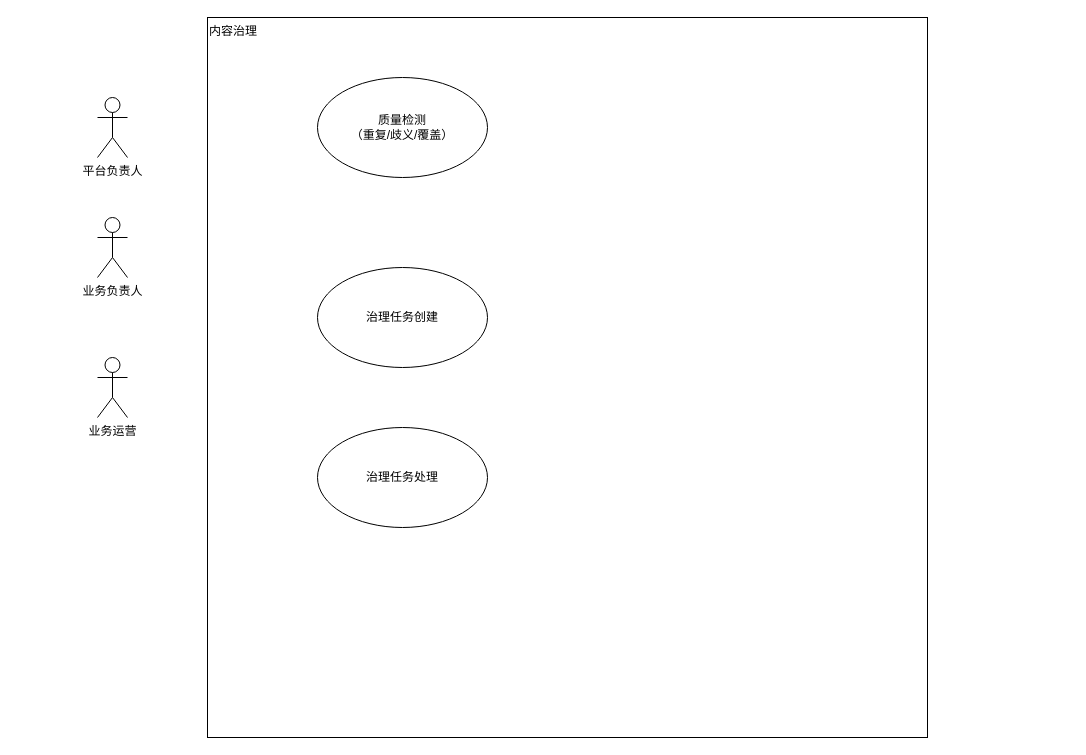
Earlier version of the draw.io diagram page "内容治理用例图" (7 of 26) of figure/figures.drawio (jqq04/nju-thesis-2026). Source tidied: cells renumbered, new cells numbered last; positions are measured from the earlier drawing's top-left corner, leaving out a move shared by most shapes. Both pictures are drawn from the tidied source at 100%, with x=0, y=0 at pixel (97, 17).
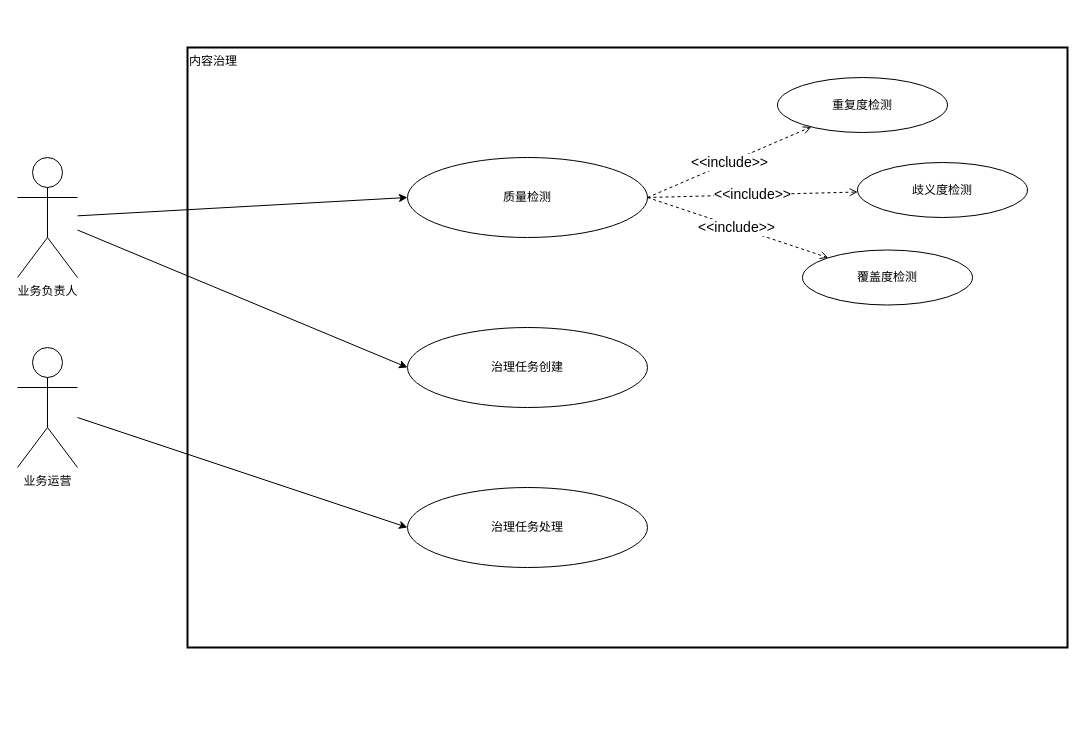
The same page after the edit.

Diff of the diagram source:
```diff
@@
 <mxGraphModel>
   <root>
     <mxCell id="0" />
     <mxCell id="1" parent="0" />
-    <mxCell id="2" value="内容治理" style="rounded=0;whiteSpace=wrap;html=1;align=left;verticalAlign=top;" parent="1" vertex="1">
-      <mxGeometry x="110" width="720" height="720" as="geometry" />
+    <mxCell id="2" value="内容治理" style="rounded=0;whiteSpace=wrap;html=1;strokeWidth=2;align=left;verticalAlign=top;" parent="1" vertex="1">
+      <mxGeometry x="90" y="30" width="880" height="600" as="geometry" />
     </mxCell>
-    <mxCell id="3" value="平台负责人" style="shape=umlActor;verticalLabelPosition=bottom;verticalAlign=top;html=1;" parent="1" vertex="1">
-      <mxGeometry y="80" width="30" height="60" as="geometry" />
-    </mxCell>
+    <mxCell id="9" value="质量检测" style="ellipse;whiteSpace=wrap;html=1;" parent="1" vertex="1">
+      <mxGeometry x="310" y="140" width="240" height="80" as="geometry" />
+    </mxCell>
+    <mxCell id="8" value="治理任务处理" style="ellipse;whiteSpace=wrap;html=1;" parent="1" vertex="1">
+      <mxGeometry x="310" y="470" width="240" height="80" as="geometry" />
+    </mxCell>
+    <mxCell id="7" value="治理任务创建" style="ellipse;whiteSpace=wrap;html=1;" parent="1" vertex="1">
+      <mxGeometry x="310" y="310" width="240" height="80" as="geometry" />
+    </mxCell>
+    <mxCell id="10" style="rounded=0;jettySize=auto;html=1;entryX=0;entryY=0.5;entryDx=0;entryDy=0;" parent="1" edge="1" source="4" target="9">
+      <mxGeometry relative="1" as="geometry" />
+    </mxCell>
+    <mxCell id="11" style="rounded=0;jettySize=auto;html=1;entryX=0;entryY=0.5;entryDx=0;entryDy=0;" parent="1" edge="1" source="4" target="7">
+      <mxGeometry relative="1" as="geometry" />
+    </mxCell>
-    <mxCell id="4" value="业务负责人" style="shape=umlActor;verticalLabelPosition=bottom;verticalAlign=top;html=1;outlineConnect=0;" parent="1" vertex="1">
-      <mxGeometry y="200" width="30" height="60" as="geometry" />
+    <mxCell id="4" value="业务负责人" style="shape=umlActor;verticalLabelPosition=bottom;verticalAlign=top;html=1;" parent="1" vertex="1">
+      <mxGeometry x="-80" y="140" width="60" height="120" as="geometry" />
     </mxCell>
-    <mxCell id="5" value="业务运营" style="shape=umlActor;verticalLabelPosition=bottom;verticalAlign=top;html=1;outlineConnect=0;" parent="1" vertex="1">
-      <mxGeometry y="340" width="30" height="60" as="geometry" />
+    <mxCell id="5" value="业务运营" style="shape=umlActor;verticalLabelPosition=bottom;verticalAlign=top;html=1;" parent="1" vertex="1">
+      <mxGeometry x="-80" y="330" width="60" height="120" as="geometry" />
     </mxCell>
-    <mxCell id="6" value="质量检测&#10;（重复/歧义/覆盖）" style="ellipse;whiteSpace=wrap;html=1;" parent="1" vertex="1">
-      <mxGeometry x="220" y="60" width="170" height="100" as="geometry" />
-    </mxCell>
-    <mxCell id="7" value="治理任务创建" style="ellipse;whiteSpace=wrap;html=1;" parent="1" vertex="1">
-      <mxGeometry x="220" y="250" width="170" height="100" as="geometry" />
-    </mxCell>
-    <mxCell id="8" value="治理任务处理" style="ellipse;whiteSpace=wrap;html=1;" parent="1" vertex="1">
-      <mxGeometry x="220" y="410" width="170" height="100" as="geometry" />
-    </mxCell>
+    <mxCell id="12" style="rounded=0;jettySize=auto;html=1;entryX=0;entryY=0.5;entryDx=0;entryDy=0;" parent="1" edge="1" source="5" target="8">
+      <mxGeometry relative="1" as="geometry" />
+    </mxCell>
+    <mxCell id="13" value="重复度检测" style="ellipse;whiteSpace=wrap;html=1;" parent="1" vertex="1">
+      <mxGeometry x="680" y="60" width="170" height="55" as="geometry" />
+    </mxCell>
+    <mxCell id="14" value="歧义度检测" style="ellipse;whiteSpace=wrap;html=1;" parent="1" vertex="1">
+      <mxGeometry x="760" y="145" width="170" height="55" as="geometry" />
+    </mxCell>
+    <mxCell id="15" value="覆盖度检测" style="ellipse;whiteSpace=wrap;html=1;" parent="1" vertex="1">
+      <mxGeometry x="705" y="232.5" width="170" height="55" as="geometry" />
+    </mxCell>
+    <mxCell id="16" value="&lt;font style=&quot;font-size: 14px;&quot;&gt;&amp;lt;&amp;lt;include&amp;gt;&amp;gt;&lt;/font&gt;" style="endArrow=open;dashed=1;html=1;fontSize=10;exitX=1;exitY=0.5;exitDx=0;exitDy=0;" parent="1" edge="1" source="9" target="13">
+      <mxGeometry relative="1" as="geometry" />
+    </mxCell>
+    <mxCell id="17" value="&lt;font style=&quot;font-size: 14px;&quot;&gt;&amp;lt;&amp;lt;include&amp;gt;&amp;gt;&lt;/font&gt;" style="endArrow=open;dashed=1;html=1;fontSize=10;exitX=1;exitY=0.5;exitDx=0;exitDy=0;" parent="1" edge="1" source="9" target="14">
+      <mxGeometry relative="1" as="geometry" />
+    </mxCell>
+    <mxCell id="18" value="&lt;font style=&quot;font-size: 14px;&quot;&gt;&amp;lt;&amp;lt;include&amp;gt;&amp;gt;&lt;/font&gt;" style="endArrow=open;dashed=1;html=1;fontSize=10;" parent="1" edge="1" target="15">
+      <mxGeometry x="-0.01" relative="1" as="geometry">
+        <mxPoint x="550" y="180" as="sourcePoint" />
+      </mxGeometry>
+    </mxCell>
   </root>
 </mxGraphModel>
```
